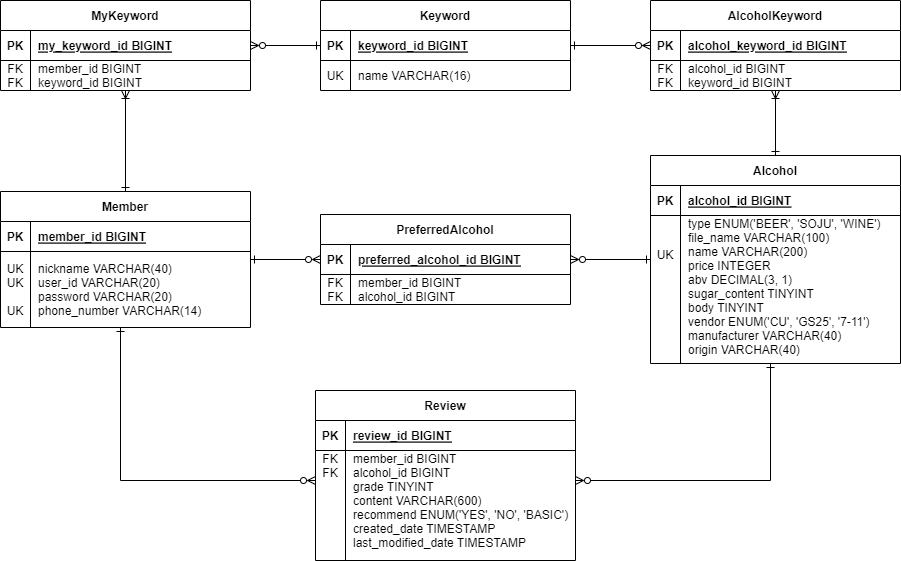
Earlier version of the draw.io export pyeonsool-table.png (great-sprout/PyeonSool). Source tidied: cells renumbered, new cells last; positions are measured from the earlier drawing's top-left corner, leaving out a move shared by most shapes.
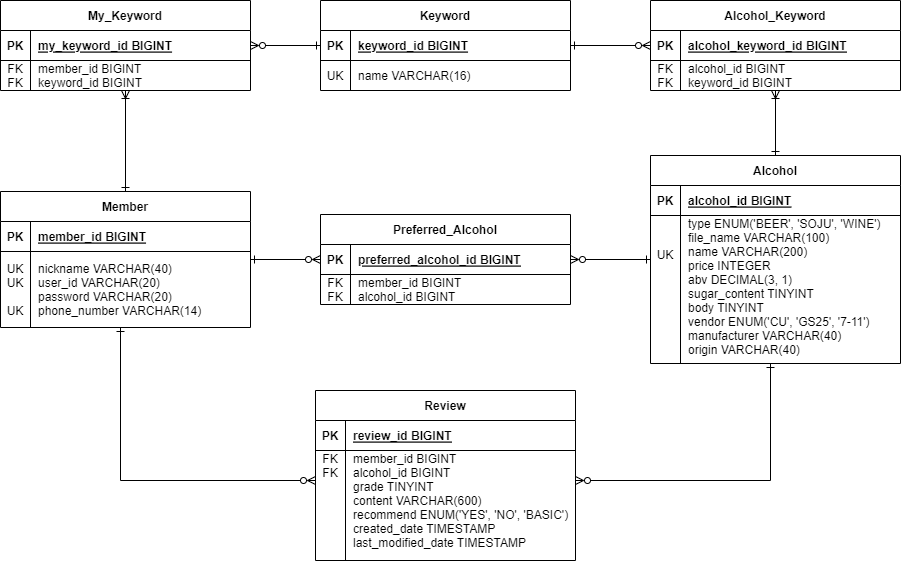
After the change.

Commit message:
docs: 테이블명 수정

The edit, as a diff of the source:
```diff
@@ -82,7 +82,7 @@
     <mxCell id="25" style="edgeStyle=orthogonalEdgeStyle;rounded=0;jettySize=auto;html=1;startArrow=ERzeroToMany;startFill=0;endArrow=ERone;endFill=0;" parent="1" edge="1" source="26" target="3">
       <mxGeometry relative="1" as="geometry" />
     </mxCell>
-    <mxCell id="26" value="PreferredAlcohol" style="shape=table;startSize=30;rowLines=0;fontStyle=1;align=center;" parent="1" vertex="1">
+    <mxCell id="26" value="Preferred_Alcohol" style="shape=table;startSize=30;rowLines=0;fontStyle=1;align=center;" parent="1" vertex="1">
       <mxGeometry x="320" y="214" width="250" height="90" as="geometry" />
     </mxCell>
     <mxCell id="27" style="shape=partialRectangle;fillColor=none;top=0;left=0;right=0;bottom=1;" parent="26" vertex="1">
@@ -137,7 +137,7 @@
         </Array>
       </mxGeometry>
     </mxCell>
-    <mxCell id="43" value="AlcoholKeyword" style="shape=table;startSize=30;rowLines=0;fontStyle=1;align=center;" parent="1" vertex="1">
+    <mxCell id="43" value="Alcohol_Keyword" style="shape=table;startSize=30;rowLines=0;fontStyle=1;align=center;" parent="1" vertex="1">
       <mxGeometry x="650" width="250" height="90" as="geometry" />
     </mxCell>
     <mxCell id="44" style="shape=partialRectangle;fillColor=none;top=0;left=0;right=0;bottom=1;" parent="43" vertex="1">
@@ -164,7 +164,7 @@
     <mxCell id="51" style="edgeStyle=orthogonalEdgeStyle;rounded=0;jettySize=auto;html=1;startArrow=ERzeroToMany;startFill=0;endArrow=ERone;endFill=0;" parent="1" edge="1" source="52" target="34">
       <mxGeometry relative="1" as="geometry" />
     </mxCell>
-    <mxCell id="52" value="MyKeyword" style="shape=table;startSize=30;rowLines=0;fontStyle=1;align=center;" parent="1" vertex="1">
+    <mxCell id="52" value="My_Keyword" style="shape=table;startSize=30;rowLines=0;fontStyle=1;align=center;" parent="1" vertex="1">
       <mxGeometry width="250" height="90" as="geometry" />
     </mxCell>
     <mxCell id="53" style="shape=partialRectangle;fillColor=none;top=0;left=0;right=0;bottom=1;" parent="52" vertex="1">
```
